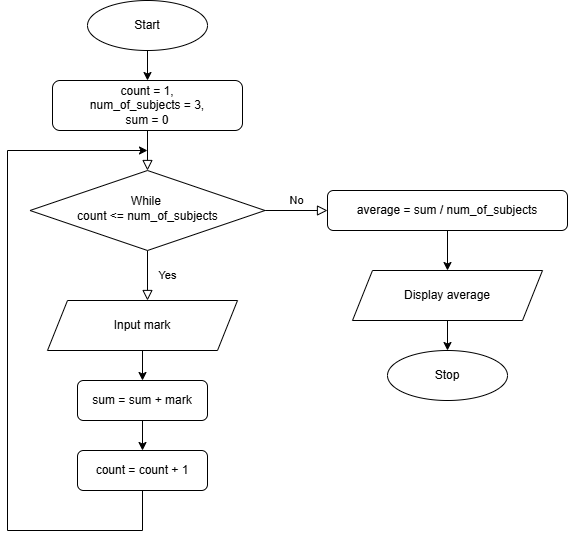
jayani-athukorala/algorithm-flowchart-workshop keeps this draw.io diagram as images/Q2.drawio.png. Above is the earlier version. Source tidied: cells renumbered, new cells last; positions are measured from the earlier drawing's top-left corner, leaving out a move shared by most shapes.
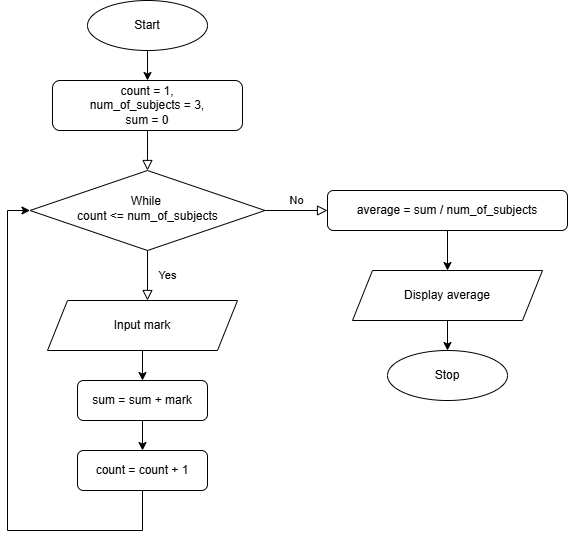
The same file after the commit.

The edit, as a diff of the source:
```diff
@@ -55,14 +55,13 @@
     <mxCell id="18" value="Stop" style="ellipse;whiteSpace=wrap;html=1;" parent="1" vertex="1">
       <mxGeometry x="380" y="350" width="120" height="50" as="geometry" />
     </mxCell>
-    <mxCell id="19" style="endArrow=classic;html=1;rounded=0;" parent="1" edge="1">
+    <mxCell id="19" style="endArrow=classic;html=1;rounded=0;entryX=0;entryY=0.5;entryDx=0;entryDy=0;" parent="1" edge="1" target="6">
       <mxGeometry relative="1" as="geometry">
         <mxPoint x="135" y="490" as="sourcePoint" />
-        <mxPoint x="140" y="150" as="targetPoint" />
         <Array as="points">
           <mxPoint x="135" y="530" />
           <mxPoint y="530" />
-          <mxPoint y="150" />
+          <mxPoint y="210" />
         </Array>
       </mxGeometry>
     </mxCell>
```
